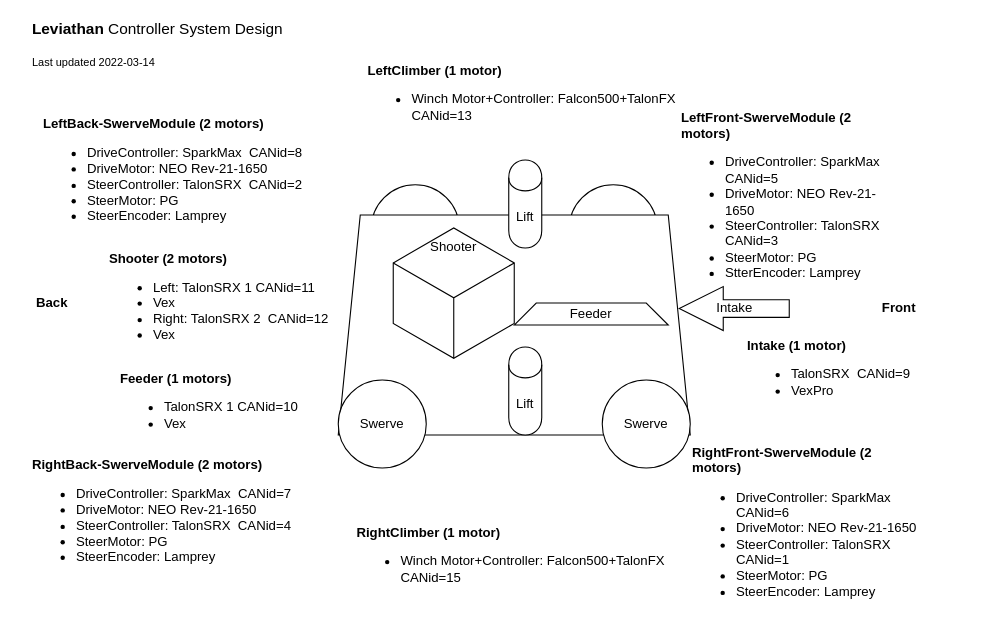
The draw.io diagram design/Levianthan-System-model.drawio in hawkCollectiveService/Leviathan, before the edit. Source tidied: cells renumbered, new cells numbered last; positions are measured from the earlier drawing's top-left corner, leaving out a move shared by most shapes. Both pictures are drawn from the tidied source at 110%, with x=0, y=0 at pixel (19, 28).
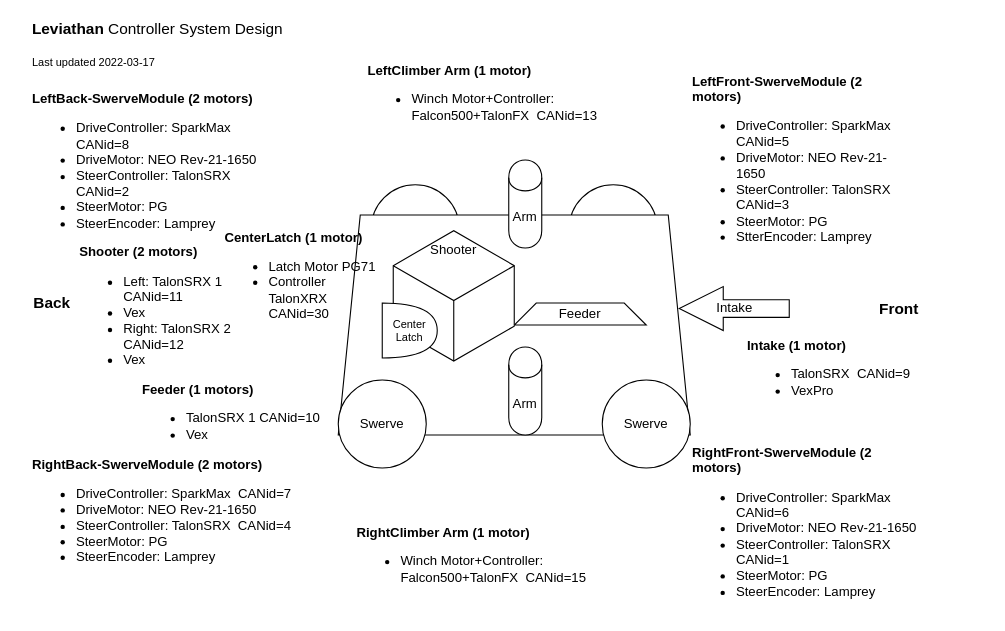
The same diagram, later.

Commit message (it also covers changes not shown here):
Updated Leviathan Controller System design model for adding new Center Latch motor (PG71).

Diff of the diagram source:
```diff
@@
-    <mxCell id="5" value="&lt;b&gt;LeftClimber (1 motor)&lt;/b&gt;&lt;br&gt;&lt;ul&gt;&lt;li&gt;Winch Motor+Controller: Falcon500+TalonFX&amp;nbsp; CANid=13&lt;/li&gt;&lt;/ul&gt;" style="text;html=1;strokeColor=none;fillColor=none;align=left;verticalAlign=middle;whiteSpace=wrap;rounded=0;" parent="1" vertex="1">
-      <mxGeometry x="315" y="50" width="310" height="30" as="geometry" />
+    <mxCell id="5" value="&lt;b&gt;LeftClimber Arm (1 motor)&lt;/b&gt;&lt;br&gt;&lt;ul&gt;&lt;li&gt;Winch Motor+Controller: Falcon500+TalonFX&amp;nbsp; CANid=13&lt;/li&gt;&lt;/ul&gt;" style="text;html=1;strokeColor=none;fillColor=none;align=left;verticalAlign=middle;whiteSpace=wrap;rounded=0;" parent="1" vertex="1">
+      <mxGeometry x="315" y="50" width="235" height="30" as="geometry" />
     </mxCell>
@@
     <mxCell id="8" value="&lt;b&gt;LeftFront-SwerveModule (2 motors)&lt;/b&gt;&lt;br&gt;&lt;ul&gt;&lt;li&gt;DriveController: SparkMax&amp;nbsp; CANid=5&lt;/li&gt;&lt;li&gt;DriveMotor: NEO Rev-21-1650&lt;/li&gt;&lt;li&gt;SteerController: TalonSRX&amp;nbsp; CANid=3&lt;/li&gt;&lt;li&gt;SteerMotor: PG&lt;/li&gt;&lt;li&gt;StterEncoder: Lamprey&lt;/li&gt;&lt;/ul&gt;" style="text;html=1;strokeColor=none;fillColor=none;align=left;verticalAlign=middle;whiteSpace=wrap;rounded=0;" parent="1" vertex="1">
-      <mxGeometry x="600" y="142.5" width="190" height="30" as="geometry" />
+      <mxGeometry x="610" y="110" width="190" height="30" as="geometry" />
     </mxCell>
-    <mxCell id="9" value="Front" style="text;html=1;strokeColor=none;fillColor=none;align=center;verticalAlign=middle;whiteSpace=wrap;rounded=0;fontStyle=1;" parent="1" vertex="1">
+    <mxCell id="9" value="Front" style="text;html=1;strokeColor=none;fillColor=none;align=center;verticalAlign=middle;whiteSpace=wrap;rounded=0;fontStyle=1;fontSize=14;" parent="1" vertex="1">
       <mxGeometry x="770" y="240" width="60" height="30" as="geometry" />
     </mxCell>
-    <mxCell id="10" value="Back" style="text;html=1;strokeColor=none;fillColor=none;align=center;verticalAlign=middle;whiteSpace=wrap;rounded=0;fontStyle=1;" parent="1" vertex="1">
+    <mxCell id="10" value="Back" style="text;html=1;strokeColor=none;fillColor=none;align=center;verticalAlign=middle;whiteSpace=wrap;rounded=0;fontStyle=1;fontSize=14;" parent="1" vertex="1">
       <mxGeometry y="235" width="60" height="30" as="geometry" />
     </mxCell>
     <mxCell id="11" value="&lt;b&gt;LeftBack-SwerveModule (2 motors)&lt;/b&gt;&lt;br&gt;&lt;ul&gt;&lt;li&gt;DriveController: SparkMax&amp;nbsp; CANid=8&lt;/li&gt;&lt;li&gt;DriveMotor: NEO Rev-21-1650&lt;/li&gt;&lt;li&gt;SteerController: TalonSRX&amp;nbsp; CANid=2&lt;/li&gt;&lt;li&gt;SteerMotor: PG&lt;/li&gt;&lt;li&gt;SteerEncoder: Lamprey&lt;/li&gt;&lt;/ul&gt;" style="text;html=1;strokeColor=none;fillColor=none;align=left;verticalAlign=middle;whiteSpace=wrap;rounded=0;" parent="1" vertex="1">
-      <mxGeometry x="20" y="120" width="270" height="30" as="geometry" />
+      <mxGeometry x="10" y="112" width="220" height="30" as="geometry" />
     </mxCell>
@@
     <mxCell id="17" value="&lt;b&gt;Shooter (2 motors)&lt;/b&gt;&lt;br&gt;&lt;ul&gt;&lt;li&gt;&lt;span&gt;Left: TalonSRX 1 CANid=11&lt;/span&gt;&lt;br&gt;&lt;/li&gt;&lt;li&gt;Vex&lt;/li&gt;&lt;li&gt;Right: TalonSRX 2&amp;nbsp; CANid=12&lt;/li&gt;&lt;li&gt;Vex&lt;/li&gt;&lt;/ul&gt;" style="text;html=1;strokeColor=none;fillColor=none;align=left;verticalAlign=middle;whiteSpace=wrap;rounded=0;" parent="1" vertex="1">
-      <mxGeometry x="80" y="235" width="220" height="30" as="geometry" />
+      <mxGeometry x="52.5" y="243.5" width="160" height="30" as="geometry" />
     </mxCell>
-    <mxCell id="18" value="&lt;b&gt;Feeder (1 motors)&lt;/b&gt;&lt;br&gt;&lt;ul&gt;&lt;li&gt;&lt;span&gt;TalonSRX 1 CANid=10&lt;/span&gt;&lt;br&gt;&lt;/li&gt;&lt;li&gt;Vex&lt;/li&gt;&lt;/ul&gt;" style="text;html=1;strokeColor=none;fillColor=none;align=left;verticalAlign=middle;whiteSpace=wrap;rounded=0;" parent="1" vertex="1">
-      <mxGeometry x="90" y="330" width="220" height="30" as="geometry" />
+    <mxCell id="18" value="&lt;b&gt;Feeder (1 motors)&lt;/b&gt;&lt;br&gt;&lt;ul&gt;&lt;li&gt;&lt;span&gt;TalonSRX 1 CANid=10&lt;/span&gt;&lt;br&gt;&lt;/li&gt;&lt;li&gt;Vex&lt;/li&gt;&lt;/ul&gt;" style="text;html=1;strokeColor=none;fillColor=none;align=left;verticalAlign=middle;whiteSpace=wrap;rounded=0;spacing=2;" parent="1" vertex="1">
+      <mxGeometry x="110" y="340" width="190" height="30" as="geometry" />
     </mxCell>
     <mxCell id="19" value="Feeder" style="shape=trapezoid;perimeter=trapezoidPerimeter;whiteSpace=wrap;html=1;fixedSize=1;" parent="1" vertex="1">
-      <mxGeometry x="450" y="250" width="140" height="20" as="geometry" />
+      <mxGeometry x="450" y="250" width="120" height="20" as="geometry" />
     </mxCell>
-    <mxCell id="20" value="&lt;font style=&quot;font-size: 14px&quot;&gt;&lt;b&gt;Leviathan&amp;nbsp;&lt;/b&gt;Controller System Design&lt;/font&gt;&lt;br&gt;&lt;br&gt;&lt;font style=&quot;font-size: 10px&quot;&gt;Last updated 2022-03-14&lt;/font&gt;" style="text;html=1;strokeColor=none;fillColor=none;align=left;verticalAlign=middle;whiteSpace=wrap;rounded=0;" parent="1" vertex="1">
+    <mxCell id="20" value="&lt;font style=&quot;font-size: 14px&quot;&gt;&lt;b&gt;Leviathan&amp;nbsp;&lt;/b&gt;Controller System Design&lt;/font&gt;&lt;br&gt;&lt;br&gt;&lt;font style=&quot;font-size: 10px&quot;&gt;Last updated 2022-03-17&lt;/font&gt;" style="text;html=1;strokeColor=none;fillColor=none;align=left;verticalAlign=middle;whiteSpace=wrap;rounded=0;" parent="1" vertex="1">
       <mxGeometry x="10" width="245" height="30" as="geometry" />
     </mxCell>
-    <mxCell id="21" value="&lt;b&gt;RightClimber (1 motor)&lt;/b&gt;&lt;br&gt;&lt;ul&gt;&lt;li&gt;Winch Motor+Controller: Falcon500+TalonFX&amp;nbsp; CANid=15&lt;/li&gt;&lt;/ul&gt;" style="text;html=1;strokeColor=none;fillColor=none;align=left;verticalAlign=middle;whiteSpace=wrap;rounded=0;" parent="1" vertex="1">
-      <mxGeometry x="305" y="470" width="310" height="30" as="geometry" />
+    <mxCell id="21" value="&lt;b&gt;RightClimber Arm (1 motor)&lt;/b&gt;&lt;br&gt;&lt;ul&gt;&lt;li&gt;Winch Motor+Controller: Falcon500+TalonFX&amp;nbsp; CANid=15&lt;/li&gt;&lt;/ul&gt;" style="text;html=1;strokeColor=none;fillColor=none;align=left;verticalAlign=middle;whiteSpace=wrap;rounded=0;" parent="1" vertex="1">
+      <mxGeometry x="305" y="470" width="275" height="30" as="geometry" />
     </mxCell>
-    <mxCell id="22" value="Lift" style="shape=cylinder;whiteSpace=wrap;html=1;boundedLbl=1;backgroundOutline=1;" parent="1" vertex="1">
+    <mxCell id="22" value="Arm" style="shape=cylinder;whiteSpace=wrap;html=1;boundedLbl=1;backgroundOutline=1;" parent="1" vertex="1">
       <mxGeometry x="445" y="120" width="30" height="80" as="geometry" />
     </mxCell>
-    <mxCell id="23" value="Lift" style="shape=cylinder;whiteSpace=wrap;html=1;boundedLbl=1;backgroundOutline=1;" parent="1" vertex="1">
+    <mxCell id="23" value="Arm" style="shape=cylinder;whiteSpace=wrap;html=1;boundedLbl=1;backgroundOutline=1;" parent="1" vertex="1">
       <mxGeometry x="445" y="290" width="30" height="80" as="geometry" />
     </mxCell>
     <mxCell id="24" value="Shooter" style="html=1;whiteSpace=wrap;shape=isoCube;backgroundOutline=1;verticalAlign=top;spacingTop=5;" parent="1" vertex="1">
-      <mxGeometry x="340" y="180" width="110" height="122" as="geometry" />
+      <mxGeometry x="340" y="182.5" width="110" height="122" as="geometry" />
     </mxCell>
+    <mxCell id="25" value="&lt;b&gt;CenterLatch (1 motor)&lt;/b&gt;&lt;br&gt;&lt;ul&gt;&lt;li&gt;Latch Motor PG71&lt;/li&gt;&lt;li&gt;Controller TalonXRX CANid=30&lt;/li&gt;&lt;/ul&gt;" style="text;html=1;strokeColor=none;fillColor=none;align=left;verticalAlign=middle;whiteSpace=wrap;rounded=0;" parent="1" vertex="1">
+      <mxGeometry x="185" y="216" width="140" height="30" as="geometry" />
+    </mxCell>
+    <mxCell id="26" value="Center Latch" style="shape=or;whiteSpace=wrap;html=1;fontSize=10;" parent="1" vertex="1">
+      <mxGeometry x="330" y="250" width="50" height="50" as="geometry" />
+    </mxCell>
```
